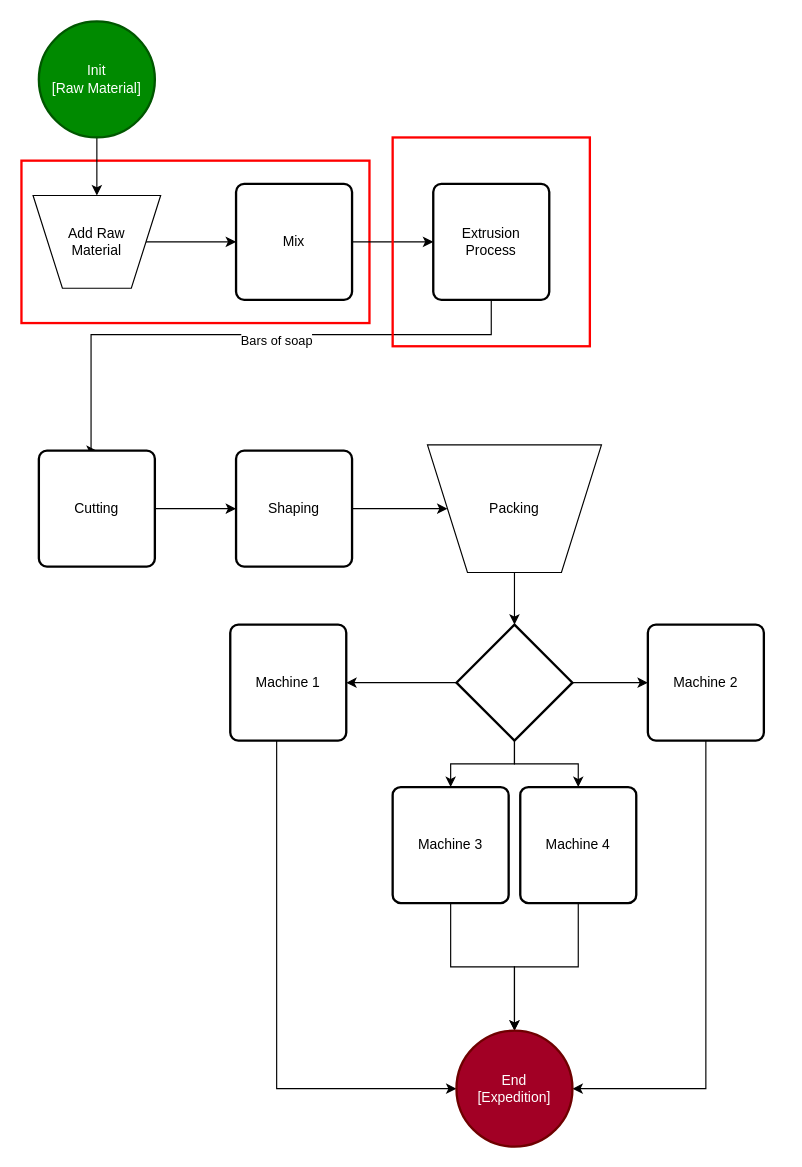
The draw.io diagram page "General_Process" (1 of 5) of Soap_Factory.drawio in hrosan/Teste, before the edit. Source tidied: cells renumbered, new cells numbered last; positions are measured from the earlier drawing's top-left corner, leaving out a move shared by most shapes. Both pictures are drawn from the tidied source at 116%, with x=0, y=0 at pixel (21, 21).
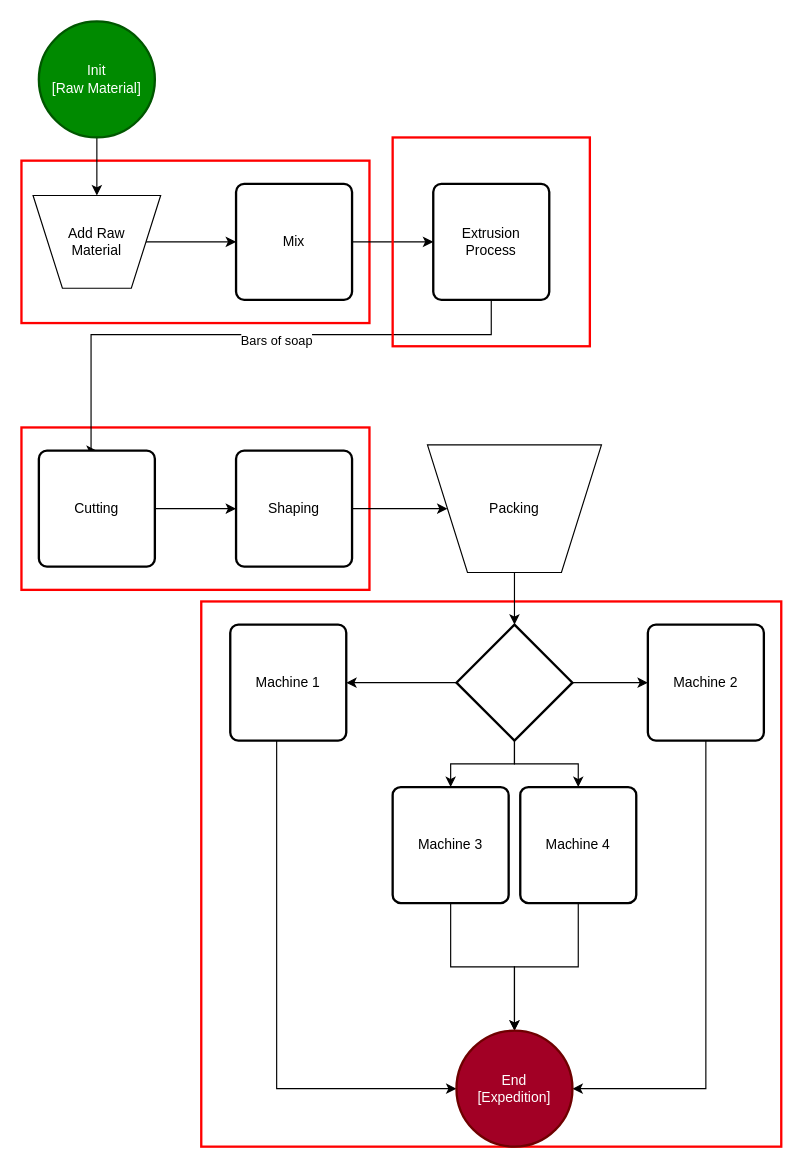
Above is the later version.

Change to the diagram source:
```diff
@@
+    <mxCell id="33" style="rounded=0;whiteSpace=wrap;html=1;fillColor=none;strokeWidth=2;strokeColor=#FF0000;" parent="1" vertex="1">
+      <mxGeometry x="155" y="500" width="500" height="470" as="geometry" />
+    </mxCell>
+    <mxCell id="34" style="rounded=0;whiteSpace=wrap;html=1;fillColor=none;strokeWidth=2;strokeColor=#FF0000;" parent="1" vertex="1">
+      <mxGeometry y="350" width="300" height="140" as="geometry" />
+    </mxCell>
```
